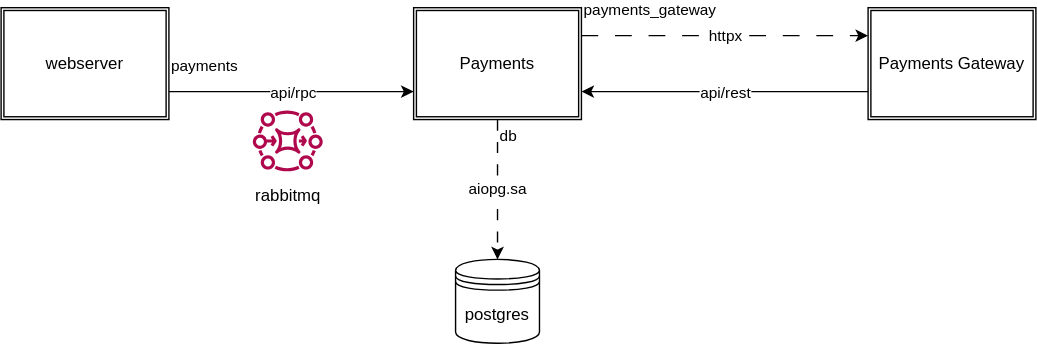
Before: services/payments/doc/payments.drawio.svg, a diagram exported from draw.io (ITISFoundation/osparc-simcore). Source tidied: cells renumbered, new cells last; positions are measured from the earlier drawing's top-left corner, leaving out a move shared by most shapes.
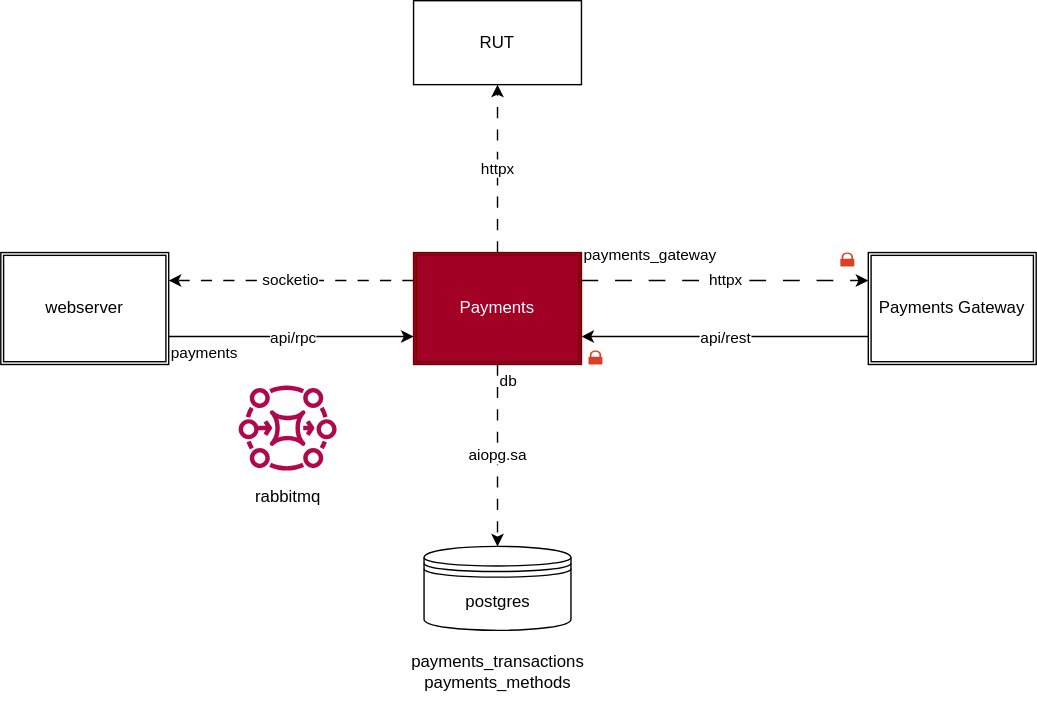
Later version of the same file.

The edit, as a diff of the source:
```diff
@@ -5,11 +5,17 @@
     <mxCell id="2" value="aiopg.sa" style="edgeStyle=none;html=1;dashed=1;dashPattern=8 8;endArrow=classic;endFill=1;" parent="1" edge="1" source="3" target="10">
       <mxGeometry relative="1" as="geometry" />
     </mxCell>
+    <mxCell id="17" value="socketio" style="edgeStyle=none;html=1;dashed=1;dashPattern=8 8;endArrow=classic;endFill=1;entryX=1;entryY=0.25;entryDx=0;entryDy=0;exitX=0;exitY=0.25;exitDx=0;exitDy=0;" parent="1" edge="1" source="3" target="4">
+      <mxGeometry relative="1" as="geometry" />
+    </mxCell>
+    <mxCell id="18" value="httpx" style="edgeStyle=none;html=1;dashed=1;dashPattern=8 8;endArrow=classic;endFill=1;" parent="1" edge="1" source="3" target="19">
+      <mxGeometry relative="1" as="geometry" />
+    </mxCell>
-    <mxCell id="3" value="Payments" style="shape=ext;double=1;rounded=0;whiteSpace=wrap;html=1;" parent="1" vertex="1">
-      <mxGeometry x="295" width="120" height="80" as="geometry" />
+    <mxCell id="3" value="Payments" style="shape=ext;double=1;rounded=0;whiteSpace=wrap;html=1;fillColor=#a20025;fontColor=#ffffff;strokeColor=#6F0000;" parent="1" vertex="1">
+      <mxGeometry x="295" y="200" width="120" height="80" as="geometry" />
     </mxCell>
     <mxCell id="4" value="webserver" style="shape=ext;double=1;rounded=0;whiteSpace=wrap;html=1;" parent="1" vertex="1">
-      <mxGeometry width="120" height="80" as="geometry" />
+      <mxGeometry y="200" width="120" height="80" as="geometry" />
     </mxCell>
     <mxCell id="5" style="endArrow=classic;html=1;exitX=1;exitY=0.75;exitDx=0;exitDy=0;entryX=0;entryY=0.75;entryDx=0;entryDy=0;" parent="1" edge="1" source="4" target="3">
       <mxGeometry relative="1" as="geometry" />
@@ -18,7 +24,7 @@
       <mxGeometry relative="1" as="geometry" />
     </mxCell>
     <mxCell id="7" value="Payments Gateway" style="shape=ext;double=1;rounded=0;whiteSpace=wrap;html=1;" parent="1" vertex="1">
-      <mxGeometry x="620" width="120" height="80" as="geometry" />
+      <mxGeometry x="620" y="200" width="120" height="80" as="geometry" />
     </mxCell>
     <mxCell id="8" style="endArrow=classic;html=1;exitX=0;exitY=0.75;exitDx=0;exitDy=0;entryX=1;entryY=0.75;entryDx=0;entryDy=0;" parent="1" edge="1" source="7" target="3">
       <mxGeometry relative="1" as="geometry" />
@@ -27,13 +33,13 @@
       <mxGeometry relative="1" as="geometry" />
     </mxCell>
     <mxCell id="10" value="postgres" style="shape=datastore;whiteSpace=wrap;html=1;" parent="1" vertex="1">
-      <mxGeometry x="325" y="180" width="60" height="60" as="geometry" />
+      <mxGeometry x="302.5" y="410" width="105" height="60" as="geometry" />
     </mxCell>
     <mxCell id="11" style="sketch=0;fontColor=#232F3E;gradientColor=none;fillColor=#B0084D;strokeColor=none;dashed=0;verticalLabelPosition=bottom;verticalAlign=top;align=center;html=1;fontSize=12;fontStyle=0;shape=mxgraph.aws4.mq_broker;" parent="1" vertex="1">
-      <mxGeometry x="180" y="70" width="50" height="50" as="geometry" />
+      <mxGeometry x="170" y="290" width="70" height="70" as="geometry" />
     </mxCell>
     <mxCell id="12" value="rabbitmq" style="text;html=1;align=center;verticalAlign=middle;strokeColor=none;fillColor=none;" parent="1" vertex="1">
-      <mxGeometry x="170" y="120" width="70" height="30" as="geometry" />
+      <mxGeometry x="170" y="360" width="70" height="30" as="geometry" />
     </mxCell>
     <mxCell id="13" value="httpx" style="endArrow=classic;html=1;dashed=1;dashPattern=12 12;exitX=1;exitY=0.25;exitDx=0;exitDy=0;entryX=0;entryY=0.25;entryDx=0;entryDy=0;" parent="1" edge="1" source="3" target="7">
       <mxGeometry relative="1" as="geometry" />
@@ -44,10 +50,22 @@
       </mxGeometry>
     </mxCell>
     <mxCell id="15" value="payments" style="edgeLabel;html=1;align=left;verticalAlign=bottom;" parent="1" vertex="1">
-      <mxGeometry x="120" y="50" as="geometry" />
+      <mxGeometry x="120" y="280" as="geometry" />
     </mxCell>
     <mxCell id="16" value="db" style="edgeLabel;html=1;align=left;verticalAlign=bottom;" parent="1" vertex="1">
-      <mxGeometry x="355" y="100" as="geometry" />
+      <mxGeometry x="355" y="300" as="geometry" />
     </mxCell>
+    <mxCell id="19" value="RUT" style="whiteSpace=wrap;html=1;rounded=0;" parent="1" vertex="1">
+      <mxGeometry x="295" y="20" width="120" height="60" as="geometry" />
+    </mxCell>
+    <mxCell id="20" style="sketch=0;shadow=0;dashed=0;html=1;strokeColor=none;labelPosition=center;verticalLabelPosition=bottom;verticalAlign=top;align=center;shape=mxgraph.office.security.lock_protected;fillColor=#DA4026;fontSize=19;" parent="1" vertex="1">
+      <mxGeometry x="600" y="200" width="10" height="10" as="geometry" />
+    </mxCell>
+    <mxCell id="21" style="sketch=0;shadow=0;dashed=0;html=1;strokeColor=none;labelPosition=center;verticalLabelPosition=bottom;verticalAlign=top;align=center;shape=mxgraph.office.security.lock_protected;fillColor=#DA4026;fontSize=19;" parent="1" vertex="1">
+      <mxGeometry x="420" y="270" width="10" height="10" as="geometry" />
+    </mxCell>
+    <mxCell id="22" value="payments_transactions&lt;br&gt;payments_methods" style="text;html=1;align=center;verticalAlign=middle;strokeColor=none;fillColor=none;" parent="1" vertex="1">
+      <mxGeometry x="280" y="480" width="150" height="40" as="geometry" />
+    </mxCell>
   </root>
 </mxGraphModel>
```
